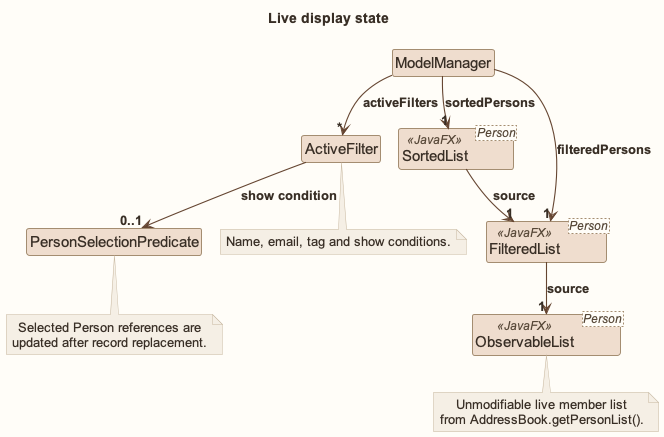
Above: images/ModelViewDiagram.png in AY2627S1-CS2103T-W12-1/tp (PlantUML), before the change.
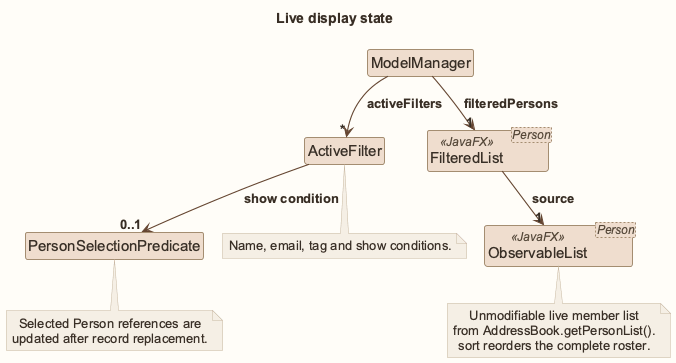
The same file after the commit.

Change to the diagram source:
```diff
@@ -11,17 +11,14 @@
 class ModelManager
 class ActiveFilter
 class PersonSelectionPredicate
-class "SortedList<Person>" as Sorted <<JavaFX>>
 class "FilteredList<Person>" as Filtered <<JavaFX>>
 class "ObservableList<Person>" as Records <<JavaFX>>
 
 ModelManager --> "*" ActiveFilter : activeFilters
 ActiveFilter --> "0..1" PersonSelectionPredicate : show condition
-ModelManager --> "1" Sorted : sortedPersons
 ModelManager --> "1" Filtered : filteredPersons
-Sorted --> "1" Filtered : source
 Filtered --> "1" Records : source
-note bottom of Records: Unmodifiable live member list\nfrom AddressBook.getPersonList().
+note bottom of Records: Unmodifiable live member list\nfrom AddressBook.getPersonList().\nsort reorders the complete roster.
 note bottom of ActiveFilter: Name, email, tag and show conditions.
 note bottom of PersonSelectionPredicate: Selected Person references are\nupdated after record replacement.
 @enduml
```
